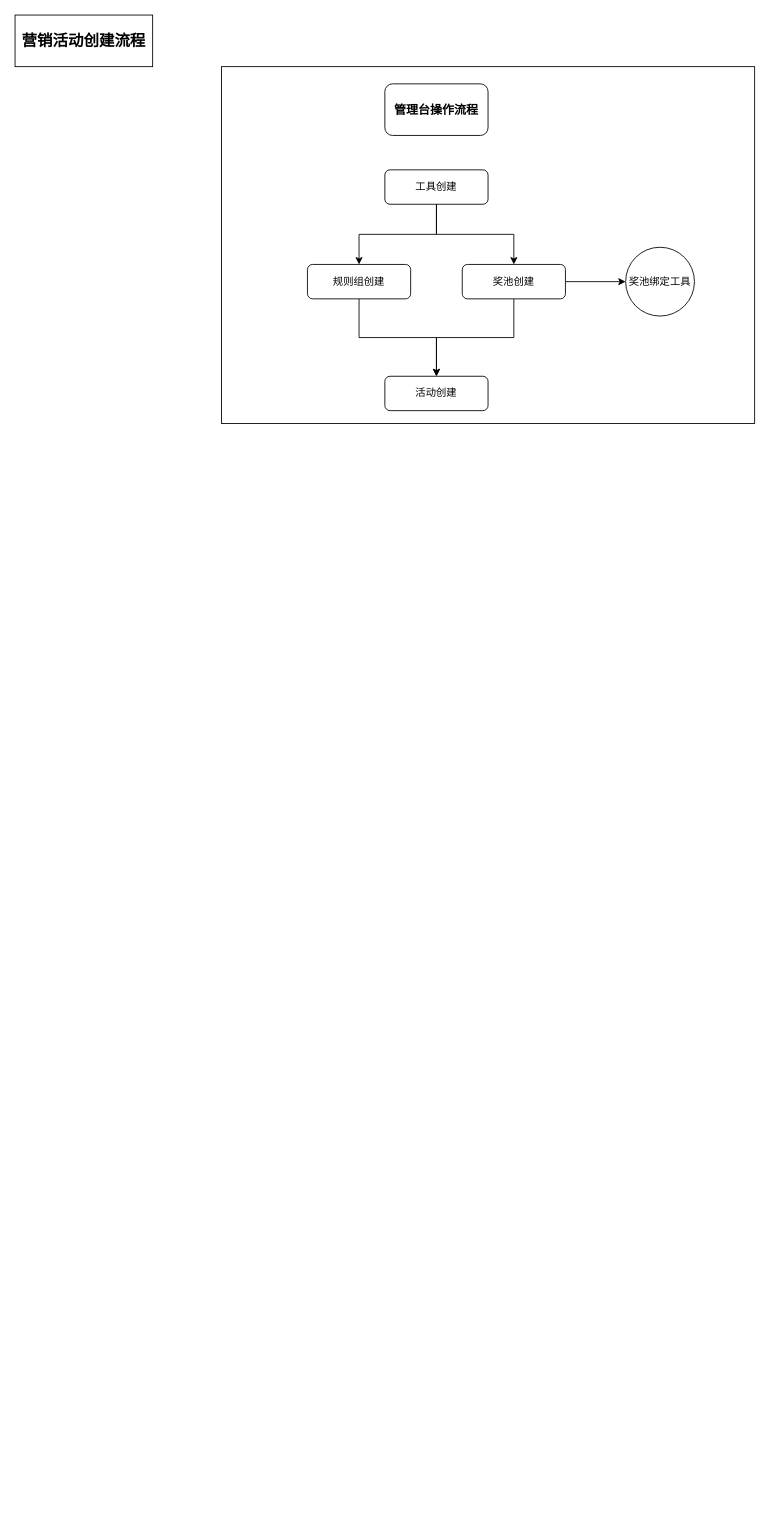
Above: Untitled Diagram.drawio in brotherAndy/dubbo (draw.io), before the change. Source tidied: cells renumbered, new cells numbered last; positions are measured from the earlier drawing's top-left corner, leaving out a move shared by most shapes. Both pictures are drawn from the tidied source at 86%, with x=0, y=0 at pixel (15, 15).
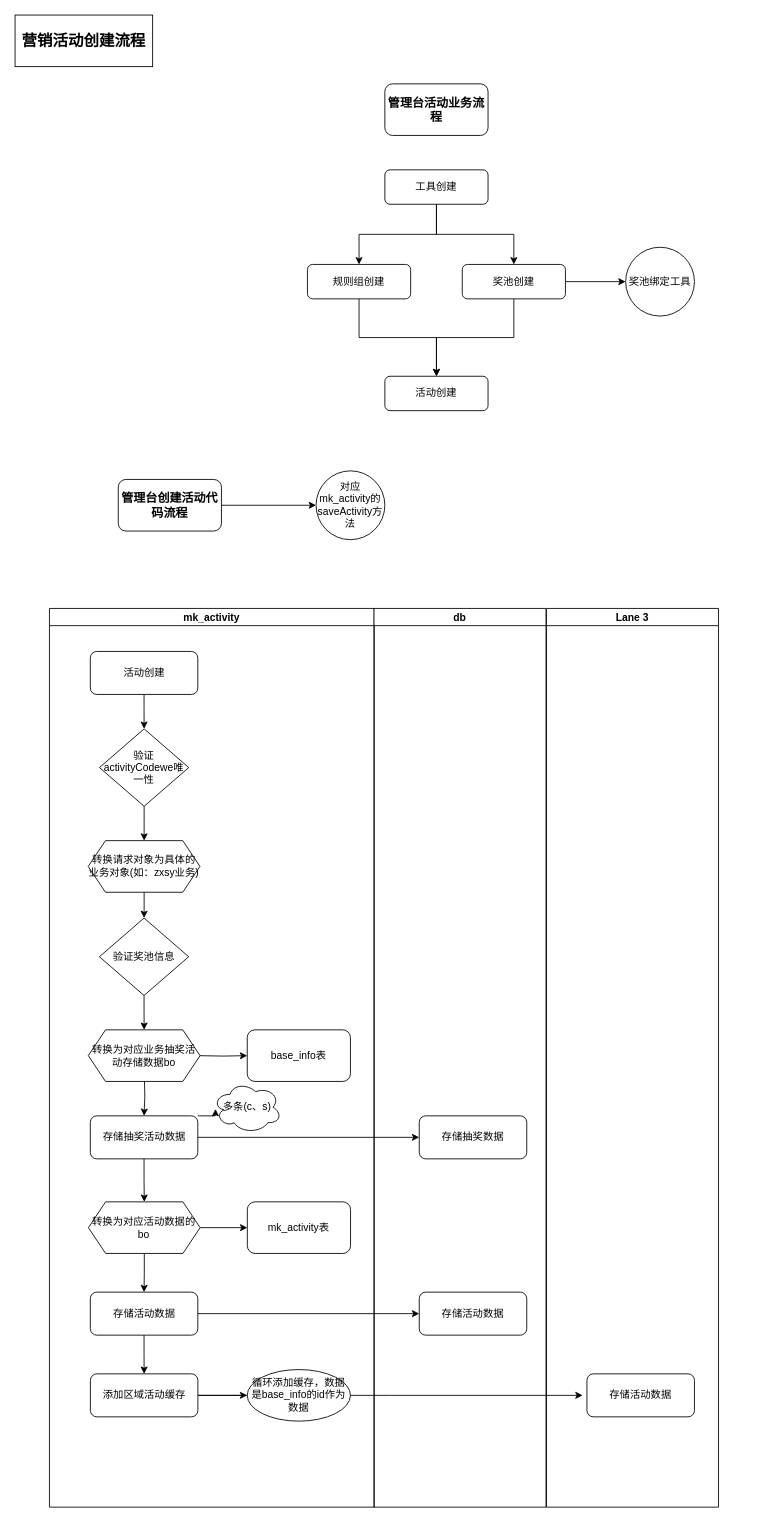
Above is the later version.

Commit message:
活动业务创建流程

Change to the diagram source:
```diff
@@
-    <mxCell id="2" style="rounded=0;whiteSpace=wrap;html=1;" parent="1" vertex="1">
-      <mxGeometry x="240" y="60" width="620" height="415" as="geometry" />
-    </mxCell>
+    <mxCell id="15" style="edgeStyle=orthogonalEdgeStyle;rounded=0;jettySize=auto;html=1;" parent="1" edge="1" source="36">
+      <mxGeometry relative="1" as="geometry">
+        <mxPoint x="660" y="1605" as="targetPoint" />
+      </mxGeometry>
+    </mxCell>
@@
-    <mxCell id="14" value="&lt;font style=&quot;font-size: 14px&quot;&gt;&lt;b&gt;管理台操作流程&lt;/b&gt;&lt;/font&gt;" style="rounded=1;whiteSpace=wrap;html=1;" parent="1" vertex="1">
+    <mxCell id="14" value="&lt;font style=&quot;font-size: 14px&quot;&gt;&lt;b&gt;管理台活动业务流程&lt;/b&gt;&lt;/font&gt;" style="rounded=1;whiteSpace=wrap;html=1;" parent="1" vertex="1">
       <mxGeometry x="430" y="80" width="120" height="60" as="geometry" />
     </mxCell>
+    <mxCell id="16" style="edgeStyle=orthogonalEdgeStyle;rounded=0;jettySize=auto;html=1;exitX=1;exitY=0.5;exitDx=0;exitDy=0;" parent="1" edge="1" source="17" target="18">
+      <mxGeometry relative="1" as="geometry" />
+    </mxCell>
+    <mxCell id="17" value="&lt;font style=&quot;font-size: 14px&quot;&gt;&lt;b&gt;管理台创建活动代码流程&lt;/b&gt;&lt;/font&gt;" style="rounded=1;whiteSpace=wrap;html=1;" parent="1" vertex="1">
+      <mxGeometry x="120" y="540" width="120" height="60" as="geometry" />
+    </mxCell>
+    <mxCell id="18" value="对应mk_activity的saveActivity方法" style="ellipse;whiteSpace=wrap;html=1;" parent="1" vertex="1">
+      <mxGeometry x="350" y="530" width="80" height="80" as="geometry" />
+    </mxCell>
+    <mxCell id="19" value="mk_activity" style="swimlane;startSize=20;" parent="1" vertex="1">
+      <mxGeometry x="40" y="690" width="377.6" height="1045" as="geometry" />
+    </mxCell>
+    <mxCell id="20" style="edgeStyle=orthogonalEdgeStyle;rounded=0;jettySize=auto;html=1;" parent="19" edge="1" source="21" target="23">
+      <mxGeometry relative="1" as="geometry" />
+    </mxCell>
+    <mxCell id="21" value="活动创建" style="rounded=1;whiteSpace=wrap;html=1;fontSize=12;glass=0;strokeWidth=1;shadow=0;" parent="19" vertex="1">
+      <mxGeometry x="47.5" y="50" width="125" height="50" as="geometry" />
+    </mxCell>
+    <mxCell id="22" style="edgeStyle=orthogonalEdgeStyle;rounded=0;jettySize=auto;html=1;" parent="19" edge="1" source="23" target="25">
+      <mxGeometry relative="1" as="geometry" />
+    </mxCell>
+    <mxCell id="23" value="验证activityCodewe唯一性" style="rhombus;whiteSpace=wrap;html=1;" parent="19" vertex="1">
+      <mxGeometry x="58.2" y="140" width="103.8" height="90" as="geometry" />
+    </mxCell>
+    <mxCell id="24" style="edgeStyle=orthogonalEdgeStyle;rounded=0;jettySize=auto;html=1;" parent="19" edge="1" source="25" target="27">
+      <mxGeometry relative="1" as="geometry" />
+    </mxCell>
+    <mxCell id="25" value="转换请求对象为具体的业务对象(如：zxsy业务)" style="shape=hexagon;perimeter=hexagonPerimeter2;whiteSpace=wrap;html=1;fixedSize=1;" parent="19" vertex="1">
+      <mxGeometry x="45.1" y="270" width="129.9" height="60" as="geometry" />
+    </mxCell>
+    <mxCell id="26" style="edgeStyle=orthogonalEdgeStyle;rounded=0;jettySize=auto;html=1;entryX=0.5;entryY=0;entryDx=0;entryDy=0;" parent="19" edge="1" source="27" target="34">
+      <mxGeometry relative="1" as="geometry" />
+    </mxCell>
+    <mxCell id="27" value="验证奖池信息" style="rhombus;whiteSpace=wrap;html=1;" parent="19" vertex="1">
+      <mxGeometry x="58.1" y="360" width="103.8" height="90" as="geometry" />
+    </mxCell>
+    <mxCell id="28" style="edgeStyle=orthogonalEdgeStyle;rounded=0;jettySize=auto;html=1;" parent="19" edge="1" target="30">
+      <mxGeometry relative="1" as="geometry">
+        <mxPoint x="172.9" y="520" as="sourcePoint" />
+      </mxGeometry>
+    </mxCell>
+    <mxCell id="29" style="edgeStyle=orthogonalEdgeStyle;rounded=0;jettySize=auto;html=1;" parent="19" edge="1" target="32">
+      <mxGeometry relative="1" as="geometry">
+        <mxPoint x="110.4" y="545" as="sourcePoint" />
+      </mxGeometry>
+    </mxCell>
+    <mxCell id="30" value="base_info表" style="whiteSpace=wrap;html=1;rounded=1;shadow=0;strokeWidth=1;glass=0;" parent="19" vertex="1">
+      <mxGeometry x="230" y="490" width="120" height="60" as="geometry" />
+    </mxCell>
+    <mxCell id="31" style="edgeStyle=orthogonalEdgeStyle;rounded=0;jettySize=auto;html=1;exitX=1;exitY=0;exitDx=0;exitDy=0;entryX=0.038;entryY=0.533;entryDx=0;entryDy=0;entryPerimeter=0;" parent="19" edge="1" source="32" target="33">
+      <mxGeometry relative="1" as="geometry" />
+    </mxCell>
+    <mxCell id="32" value="存储抽奖活动数据" style="rounded=1;whiteSpace=wrap;html=1;fontSize=12;glass=0;strokeWidth=1;shadow=0;" parent="19" vertex="1">
+      <mxGeometry x="47.5" y="590" width="125" height="50" as="geometry" />
+    </mxCell>
+    <mxCell id="33" value="多条(c、s)" style="ellipse;shape=cloud;whiteSpace=wrap;html=1;" parent="19" vertex="1">
+      <mxGeometry x="190" y="550" width="80" height="60" as="geometry" />
+    </mxCell>
+    <mxCell id="34" value="转换为对应业务抽奖活动存储数据bo" style="shape=hexagon;perimeter=hexagonPerimeter2;whiteSpace=wrap;html=1;fixedSize=1;" parent="19" vertex="1">
+      <mxGeometry x="45.2" y="490" width="129.9" height="60" as="geometry" />
+    </mxCell>
+    <mxCell id="35" style="edgeStyle=orthogonalEdgeStyle;rounded=0;jettySize=auto;html=1;" parent="19" edge="1" source="36" target="37">
+      <mxGeometry relative="1" as="geometry" />
+    </mxCell>
+    <mxCell id="36" value="添加区域活动缓存" style="rounded=1;whiteSpace=wrap;html=1;fontSize=12;glass=0;strokeWidth=1;shadow=0;" parent="19" vertex="1">
+      <mxGeometry x="47.6" y="890" width="125" height="50" as="geometry" />
+    </mxCell>
+    <mxCell id="37" value="循环添加缓存，数据是base_info的id作为数据" style="ellipse;whiteSpace=wrap;html=1;rounded=1;shadow=0;strokeWidth=1;glass=0;" parent="19" vertex="1">
+      <mxGeometry x="230" y="885" width="120" height="60" as="geometry" />
+    </mxCell>
+    <mxCell id="38" style="edgeStyle=orthogonalEdgeStyle;rounded=0;jettySize=auto;html=1;entryX=0;entryY=0.5;entryDx=0;entryDy=0;" parent="1" edge="1" source="32" target="40">
+      <mxGeometry relative="1" as="geometry" />
+    </mxCell>
+    <mxCell id="39" value="db" style="swimlane;startSize=20;" parent="1" vertex="1">
+      <mxGeometry x="417.4" y="690" width="200" height="1045" as="geometry" />
+    </mxCell>
+    <mxCell id="40" value="存储抽奖数据" style="rounded=1;whiteSpace=wrap;html=1;fontSize=12;glass=0;strokeWidth=1;shadow=0;" parent="39" vertex="1">
+      <mxGeometry x="52.6" y="590" width="125" height="50" as="geometry" />
+    </mxCell>
+    <mxCell id="41" value="存储活动数据" style="rounded=1;whiteSpace=wrap;html=1;fontSize=12;glass=0;strokeWidth=1;shadow=0;" parent="39" vertex="1">
+      <mxGeometry x="-329.9" y="795" width="125" height="50" as="geometry" />
+    </mxCell>
+    <mxCell id="42" style="edgeStyle=orthogonalEdgeStyle;rounded=0;jettySize=auto;html=1;entryX=0;entryY=0.5;entryDx=0;entryDy=0;" parent="39" edge="1" source="41" target="43">
+      <mxGeometry relative="1" as="geometry" />
+    </mxCell>
+    <mxCell id="43" value="存储活动数据" style="rounded=1;whiteSpace=wrap;html=1;fontSize=12;glass=0;strokeWidth=1;shadow=0;" parent="39" vertex="1">
+      <mxGeometry x="52.6" y="795" width="125" height="50" as="geometry" />
+    </mxCell>
+    <mxCell id="44" value="Lane 3" style="swimlane;startSize=20;" parent="1" vertex="1">
+      <mxGeometry x="618" y="690" width="200" height="1045" as="geometry" />
+    </mxCell>
+    <mxCell id="45" value="存储活动数据" style="rounded=1;whiteSpace=wrap;html=1;fontSize=12;glass=0;strokeWidth=1;shadow=0;" parent="44" vertex="1">
+      <mxGeometry x="47" y="890" width="125" height="50" as="geometry" />
+    </mxCell>
+    <mxCell id="46" value="mk_activity表" style="whiteSpace=wrap;html=1;rounded=1;shadow=0;strokeWidth=1;glass=0;" parent="1" vertex="1">
+      <mxGeometry x="270.1" y="1380" width="120" height="60" as="geometry" />
+    </mxCell>
+    <mxCell id="47" style="edgeStyle=orthogonalEdgeStyle;rounded=0;jettySize=auto;html=1;" parent="1" edge="1" source="49" target="46">
+      <mxGeometry relative="1" as="geometry" />
+    </mxCell>
+    <mxCell id="48" style="edgeStyle=orthogonalEdgeStyle;rounded=0;jettySize=auto;html=1;" parent="1" edge="1" source="49" target="41">
+      <mxGeometry relative="1" as="geometry" />
+    </mxCell>
+    <mxCell id="49" value="转换为对应活动数据的bo" style="shape=hexagon;perimeter=hexagonPerimeter2;whiteSpace=wrap;html=1;fixedSize=1;" parent="1" vertex="1">
+      <mxGeometry x="85.3" y="1380" width="129.9" height="60" as="geometry" />
+    </mxCell>
+    <mxCell id="50" style="edgeStyle=orthogonalEdgeStyle;rounded=0;jettySize=auto;html=1;" parent="1" edge="1" source="32" target="49">
+      <mxGeometry relative="1" as="geometry" />
+    </mxCell>
+    <mxCell id="51" style="edgeStyle=orthogonalEdgeStyle;rounded=0;jettySize=auto;html=1;" parent="1" edge="1" source="41" target="36">
+      <mxGeometry relative="1" as="geometry" />
+    </mxCell>
```
